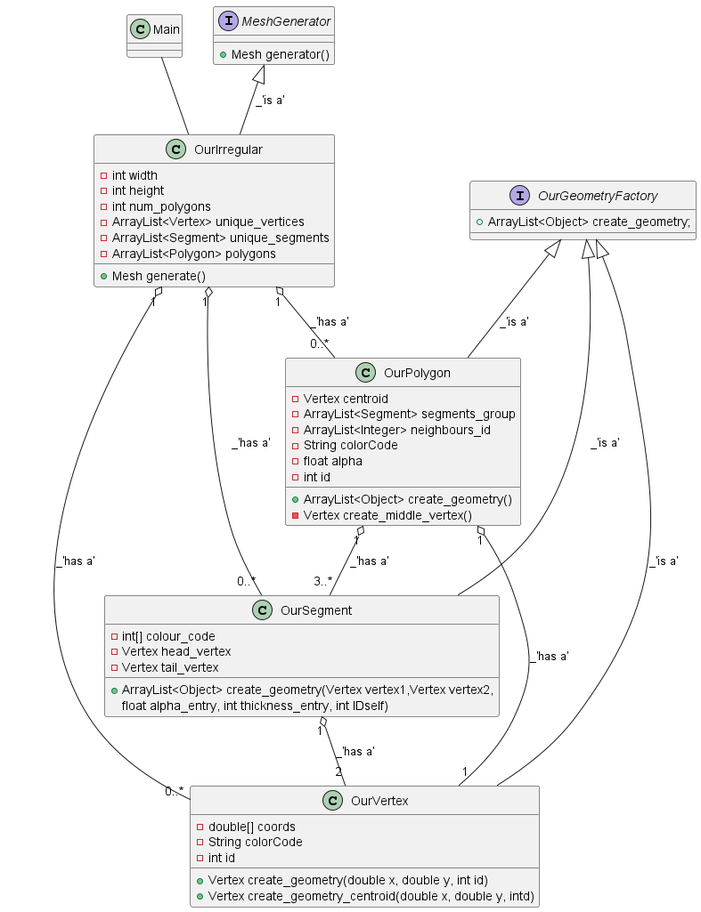
Before: class_diagrams/3generator.png, a diagram exported from PlantUML (BaoGeist/Island-Mesh-Generation).
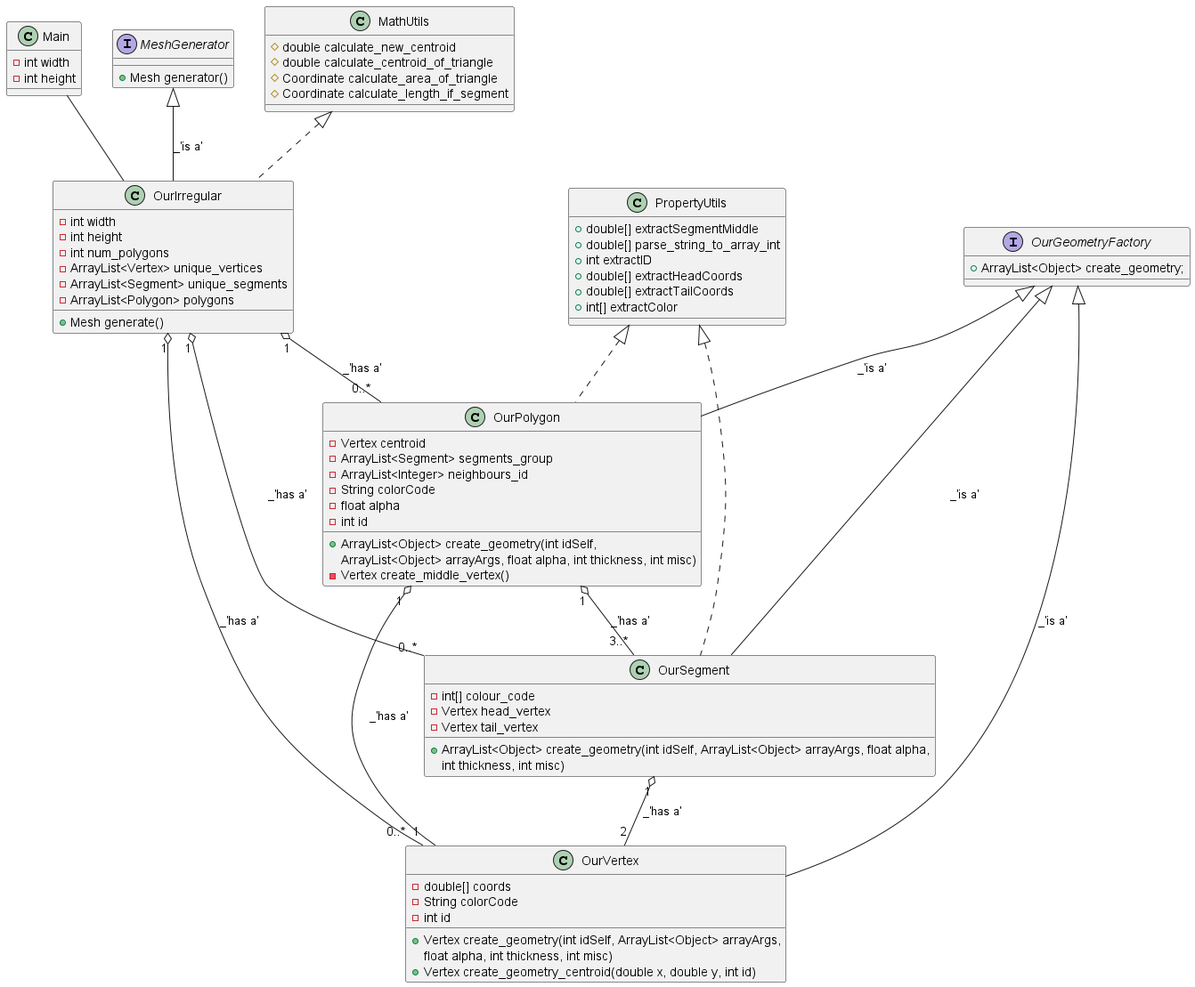
Later version of the same file.

Commit message:
Added Utils classes to Class Diagram

Diff of the diagram source:
```diff
@@ -1,6 +1,9 @@
 @startuml
 
-class Main
+class Main {
+    -int width
+    -int height
+}
 
 interface MeshGenerator {
     +Mesh generator()
@@ -30,7 +33,8 @@
         -String colorCode
         -float alpha
         -int id
-        +ArrayList<Object> create_geometry()
+        +ArrayList<Object> create_geometry(int idSelf,
+        ArrayList<Object> arrayArgs, float alpha, int thickness, int misc)
         -Vertex create_middle_vertex()
     }
     OurGeometryFactory <|-- OurPolygon: _'is a'
@@ -41,8 +45,8 @@
         -int[] colour_code
         -Vertex head_vertex
         -Vertex tail_vertex
-        +ArrayList<Object> create_geometry(Vertex vertex1,Vertex vertex2,
-         float alpha_entry, int thickness_entry, int IDself)
+        +ArrayList<Object> create_geometry(int idSelf, ArrayList<Object> arrayArgs, float alpha,
+        int thickness, int misc)
     }
     OurGeometryFactory <|-- OurSegment: _'is a'
     OurIrregular "1" o-- "0..*" OurSegment: _'has a'
@@ -53,14 +57,35 @@
         -double[] coords
         -String colorCode
         -int id
-        +Vertex create_geometry(double x, double y, int id)
-        +Vertex create_geometry_centroid(double x, double y, intd)
+        +Vertex create_geometry(int idSelf, ArrayList<Object> arrayArgs,
+         float alpha, int thickness, int misc)
+        +Vertex create_geometry_centroid(double x, double y, int id)
     }
     OurGeometryFactory <|-- OurVertex: _'is a'
     OurSegment "1" o-- "2" OurVertex: _'has a'
     OurIrregular "1" o-- "0..*" OurVertex: _'has a'
+
+    class PropertyUtils {
+        +double[] extractSegmentMiddle
+        +double[] parse_string_to_array_int
+        +int extractID
+        +double[] extractHeadCoords
+        +double[] extractTailCoords
+        +int[] extractColor
+    }
+    PropertyUtils <|.. OurSegment
+    PropertyUtils <|.. OurPolygon
 }
 
 
 
+class MathUtils {
+    #double calculate_new_centroid
+    #double calculate_centroid_of_triangle
+    #Coordinate calculate_area_of_triangle
+    #Coordinate calculate_length_if_segment
+}
+MathUtils <|.. OurIrregular
+
+
 @enduml
```
